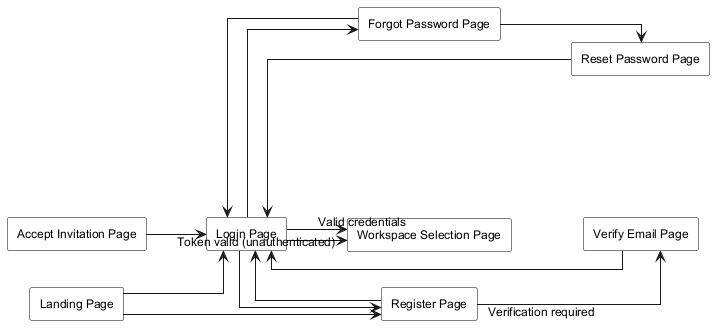
Before: .agents/resources/screen flow/auth/01-auth-screen-flow.png, a diagram exported from PlantUML (WarpTalk-CapstoneProject/warptalk-backend). Its diagram source:
```plantuml
@startuml
skinparam monochrome true
skinparam shadowing false
skinparam linetype ortho
skinparam defaultFontName Arial
skinparam defaultFontSize 12
skinparam rectangle {
  BackgroundColor white
  BorderColor black
}
left to right direction

rectangle "Landing Page" as LandingPage
rectangle "Login Page" as LoginPage
rectangle "Register Page" as RegisterPage
rectangle "Forgot Password Page" as ForgotPasswordPage
rectangle "Reset Password Page" as ResetPasswordPage
rectangle "Verify Email Page" as VerifyEmailPage
rectangle "Accept Invitation Page" as AcceptInvitationPage
rectangle "Workspace Selection Page" as WorkspaceSelectionPage

LandingPage --> LoginPage
LandingPage --> RegisterPage

LoginPage --> RegisterPage
RegisterPage --> LoginPage

LoginPage --> ForgotPasswordPage
ForgotPasswordPage --> LoginPage
ForgotPasswordPage --> ResetPasswordPage
ResetPasswordPage --> LoginPage

RegisterPage --> VerifyEmailPage : Verification required
VerifyEmailPage --> LoginPage

LoginPage --> WorkspaceSelectionPage : Valid credentials

AcceptInvitationPage --> LoginPage : Token valid (unauthenticated)
LoginPage --> WorkspaceSelectionPage

@enduml
```
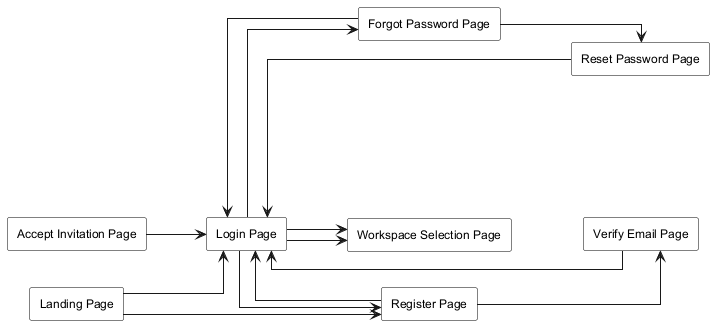
Later version of the same file.

Diff of the diagram source:
```diff
@@ -30,12 +30,12 @@
 ForgotPasswordPage --> ResetPasswordPage
 ResetPasswordPage --> LoginPage
 
-RegisterPage --> VerifyEmailPage : Verification required
+RegisterPage --> VerifyEmailPage
 VerifyEmailPage --> LoginPage
 
-LoginPage --> WorkspaceSelectionPage : Valid credentials
+LoginPage --> WorkspaceSelectionPage
 
-AcceptInvitationPage --> LoginPage : Token valid (unauthenticated)
+AcceptInvitationPage --> LoginPage
 LoginPage --> WorkspaceSelectionPage
 
 @enduml
```
